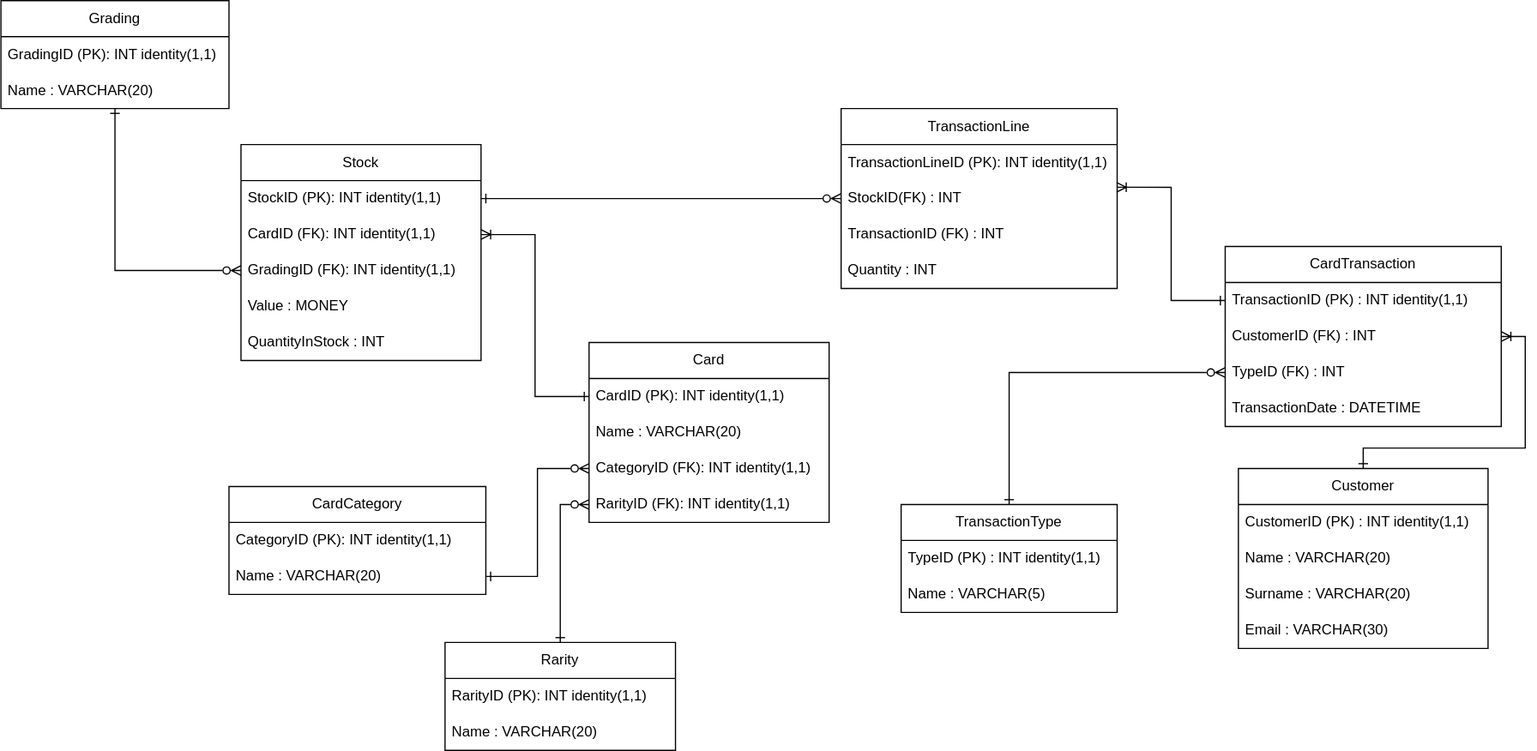
bbd-grad-levelups/Fantasy-Trading-Card-Database keeps this draw.io diagram as Documentation/LevelUp1LogicalERD.drawio.svg. Above is the earlier version. Source tidied: cells renumbered, new cells last; positions are measured from the earlier drawing's top-left corner, leaving out a move shared by most shapes.
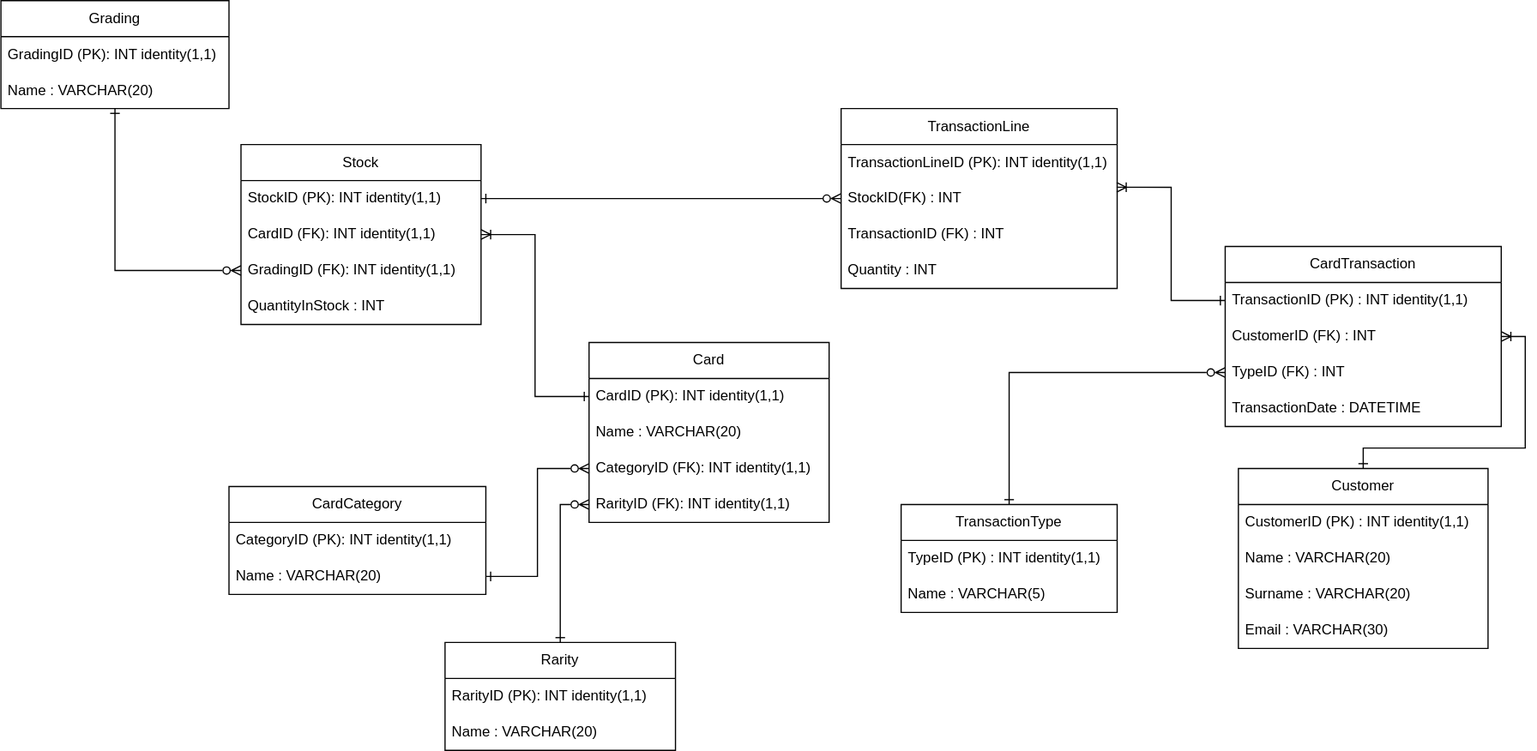
Above is the later version.

Commit message:
Removed Value field

What changed in the source:
```diff
@@ -123,7 +123,7 @@
       <mxGeometry relative="1" as="geometry" />
     </mxCell>
     <mxCell id="40" value="Stock" style="swimlane;fontStyle=0;horizontal=1;startSize=30;whiteSpace=wrap;html=1;" parent="1" vertex="1">
-      <mxGeometry x="200" y="120" width="200" height="180" as="geometry" />
+      <mxGeometry x="200" y="120" width="200" height="150" as="geometry" />
     </mxCell>
     <mxCell id="41" value="StockID (PK): INT identity(1,1)" style="text;strokeColor=none;fillColor=none;align=left;verticalAlign=middle;spacingLeft=4;spacingRight=4;overflow=hidden;points=[[0,0.5],[1,0.5]];portConstraint=eastwest;whiteSpace=wrap;html=1;" parent="40" vertex="1">
       <mxGeometry y="30" width="200" height="30" as="geometry" />
@@ -134,11 +134,8 @@
     <mxCell id="43" value="GradingID (FK): INT identity(1,1)" style="text;strokeColor=none;fillColor=none;align=left;verticalAlign=middle;spacingLeft=4;spacingRight=4;overflow=hidden;points=[[0,0.5],[1,0.5]];portConstraint=eastwest;whiteSpace=wrap;html=1;" parent="40" vertex="1">
       <mxGeometry y="90" width="200" height="30" as="geometry" />
     </mxCell>
-    <mxCell id="44" value="Value : MONEY" style="text;strokeColor=none;fillColor=none;align=left;verticalAlign=middle;spacingLeft=4;spacingRight=4;overflow=hidden;whiteSpace=wrap;html=1;" parent="40" vertex="1">
-      <mxGeometry y="120" width="200" height="30" as="geometry" />
-    </mxCell>
     <mxCell id="45" value="QuantityInStock : INT" style="text;strokeColor=none;fillColor=none;align=left;verticalAlign=middle;spacingLeft=4;spacingRight=4;overflow=hidden;whiteSpace=wrap;html=1;" parent="40" vertex="1">
-      <mxGeometry y="150" width="200" height="30" as="geometry" />
+      <mxGeometry y="120" width="200" height="30" as="geometry" />
     </mxCell>
     <mxCell id="46" style="edgeStyle=orthogonalEdgeStyle;rounded=0;jettySize=auto;html=1;entryX=1;entryY=0.5;entryDx=0;entryDy=0;endArrow=ERoneToMany;endFill=0;startArrow=ERone;startFill=0;" parent="1" edge="1" source="6" target="42">
       <mxGeometry relative="1" as="geometry" />
```
